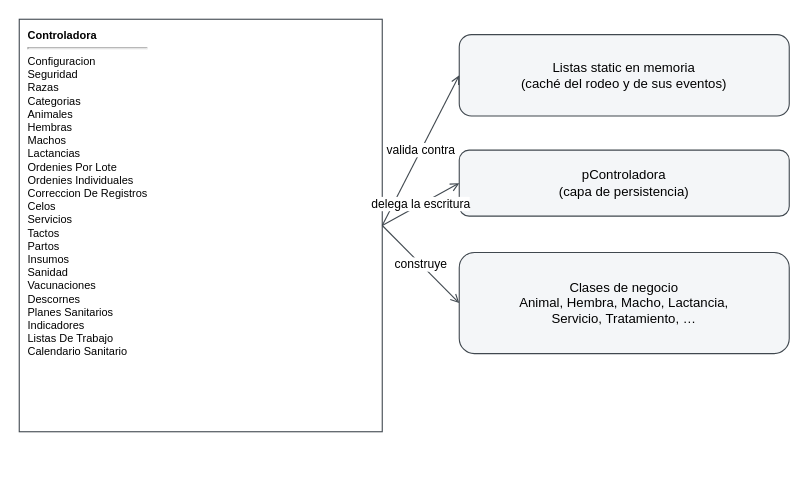
This is docs/diagramas/dominio-controladora.drawio from santinodelmonte/Tesis, a draw.io file, before an edit. Source tidied: cells renumbered, new cells numbered last; positions are measured from the earlier drawing's top-left corner, leaving out a move shared by most shapes. Both pictures are drawn from the tidied source at 110%, with x=0, y=0 at pixel (19, 19).
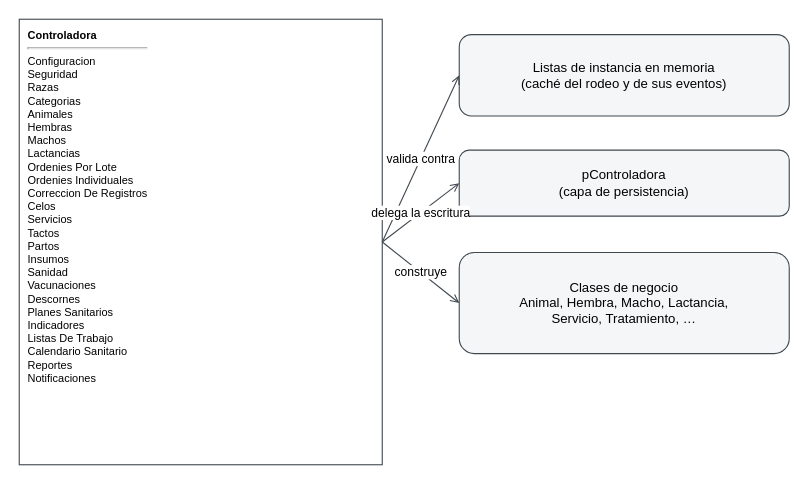
After the change.

What changed in the source:
```diff
@@
 <mxGraphModel>
   <root>
     <mxCell id="0" />
     <mxCell id="1" parent="0" />
-    <mxCell id="2" value="&lt;b&gt;Controladora&lt;/b&gt;&lt;hr&gt;Configuracion&lt;br&gt;Seguridad&lt;br&gt;Razas&lt;br&gt;Categorias&lt;br&gt;Animales&lt;br&gt;Hembras&lt;br&gt;Machos&lt;br&gt;Lactancias&lt;br&gt;Ordenies Por Lote&lt;br&gt;Ordenies Individuales&lt;br&gt;Correccion De Registros&lt;br&gt;Celos&lt;br&gt;Servicios&lt;br&gt;Tactos&lt;br&gt;Partos&lt;br&gt;Insumos&lt;br&gt;Sanidad&lt;br&gt;Vacunaciones&lt;br&gt;Descornes&lt;br&gt;Planes Sanitarios&lt;br&gt;Indicadores&lt;br&gt;Listas De Trabajo&lt;br&gt;Calendario Sanitario" style="rounded=0;whiteSpace=wrap;html=1;fillColor=#ffffff;strokeColor=#40484f;align=left;verticalAlign=top;spacingLeft=6;spacingTop=2;fontSize=10;" parent="1" vertex="1">
-      <mxGeometry width="330" height="375" as="geometry" />
+    <mxCell id="2" value="&lt;b&gt;Controladora&lt;/b&gt;&lt;hr&gt;Configuracion&lt;br&gt;Seguridad&lt;br&gt;Razas&lt;br&gt;Categorias&lt;br&gt;Animales&lt;br&gt;Hembras&lt;br&gt;Machos&lt;br&gt;Lactancias&lt;br&gt;Ordenies Por Lote&lt;br&gt;Ordenies Individuales&lt;br&gt;Correccion De Registros&lt;br&gt;Celos&lt;br&gt;Servicios&lt;br&gt;Tactos&lt;br&gt;Partos&lt;br&gt;Insumos&lt;br&gt;Sanidad&lt;br&gt;Vacunaciones&lt;br&gt;Descornes&lt;br&gt;Planes Sanitarios&lt;br&gt;Indicadores&lt;br&gt;Listas De Trabajo&lt;br&gt;Calendario Sanitario&lt;br&gt;Reportes&lt;br&gt;Notificaciones" style="rounded=0;whiteSpace=wrap;html=1;fillColor=#ffffff;strokeColor=#40484f;align=left;verticalAlign=top;spacingLeft=6;spacingTop=2;fontSize=10;" parent="1" vertex="1">
+      <mxGeometry width="330" height="405" as="geometry" />
     </mxCell>
-    <mxCell id="3" value="Listas static en memoria&#10;(caché del rodeo y de sus eventos)" style="rounded=1;whiteSpace=wrap;html=1;fillColor=#f4f6f8;strokeColor=#40484f;" parent="1" vertex="1">
+    <mxCell id="3" value="Listas de instancia en memoria&#10;(caché del rodeo y de sus eventos)" style="rounded=1;whiteSpace=wrap;html=1;fillColor=#f4f6f8;strokeColor=#40484f;" parent="1" vertex="1">
       <mxGeometry x="400" y="14" width="300" height="74" as="geometry" />
     </mxCell>
     <mxCell id="4" value="pControladora&#10;(capa de persistencia)" style="rounded=1;whiteSpace=wrap;html=1;fillColor=#f4f6f8;strokeColor=#40484f;" parent="1" vertex="1">
       <mxGeometry x="400" y="119" width="300" height="60" as="geometry" />
     </mxCell>
     <mxCell id="5" value="Clases de negocio&#10;Animal, Hembra, Macho, Lactancia,&#10;Servicio, Tratamiento, …" style="rounded=1;whiteSpace=wrap;html=1;fillColor=#f4f6f8;strokeColor=#40484f;" parent="1" vertex="1">
       <mxGeometry x="400" y="212" width="300" height="92" as="geometry" />
     </mxCell>
     <mxCell id="6" value="valida contra" style="edgeStyle=none;html=1;strokeColor=#40484f;dashed=0;endArrow=open;exitX=1;exitY=0.5;exitDx=0;exitDy=0;entryX=0;entryY=0.5;entryDx=0;entryDy=0;" parent="1" edge="1" source="2" target="3">
       <mxGeometry relative="1" as="geometry" />
     </mxCell>
     <mxCell id="7" value="delega la escritura" style="edgeStyle=none;html=1;strokeColor=#40484f;dashed=0;endArrow=open;exitX=1;exitY=0.5;exitDx=0;exitDy=0;entryX=0;entryY=0.5;entryDx=0;entryDy=0;" parent="1" edge="1" source="2" target="4">
       <mxGeometry relative="1" as="geometry" />
     </mxCell>
     <mxCell id="8" value="construye" style="edgeStyle=none;html=1;strokeColor=#40484f;dashed=0;endArrow=open;exitX=1;exitY=0.5;exitDx=0;exitDy=0;entryX=0;entryY=0.5;entryDx=0;entryDy=0;" parent="1" edge="1" source="2" target="5">
       <mxGeometry relative="1" as="geometry" />
     </mxCell>
   </root>
 </mxGraphModel>
```
